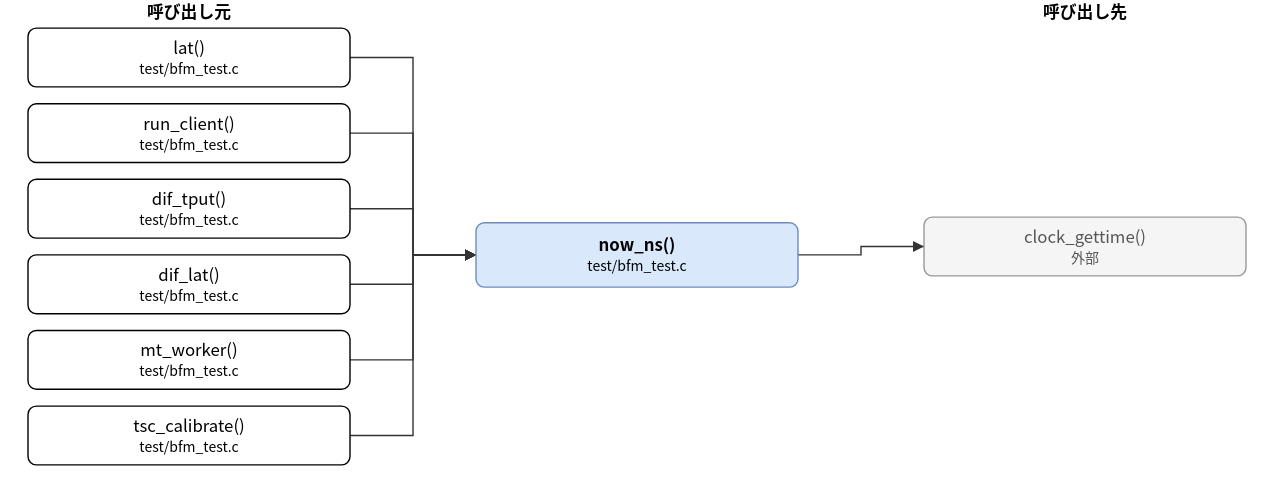
Above: doc/spec/images/call_test_bfm_test-now_ns.drawio.svg in hf355051012-ai/bfmem (draw.io), before the change. Source tidied: cells renumbered, new cells last; positions are measured from the earlier drawing's top-left corner, leaving out a move shared by most shapes.
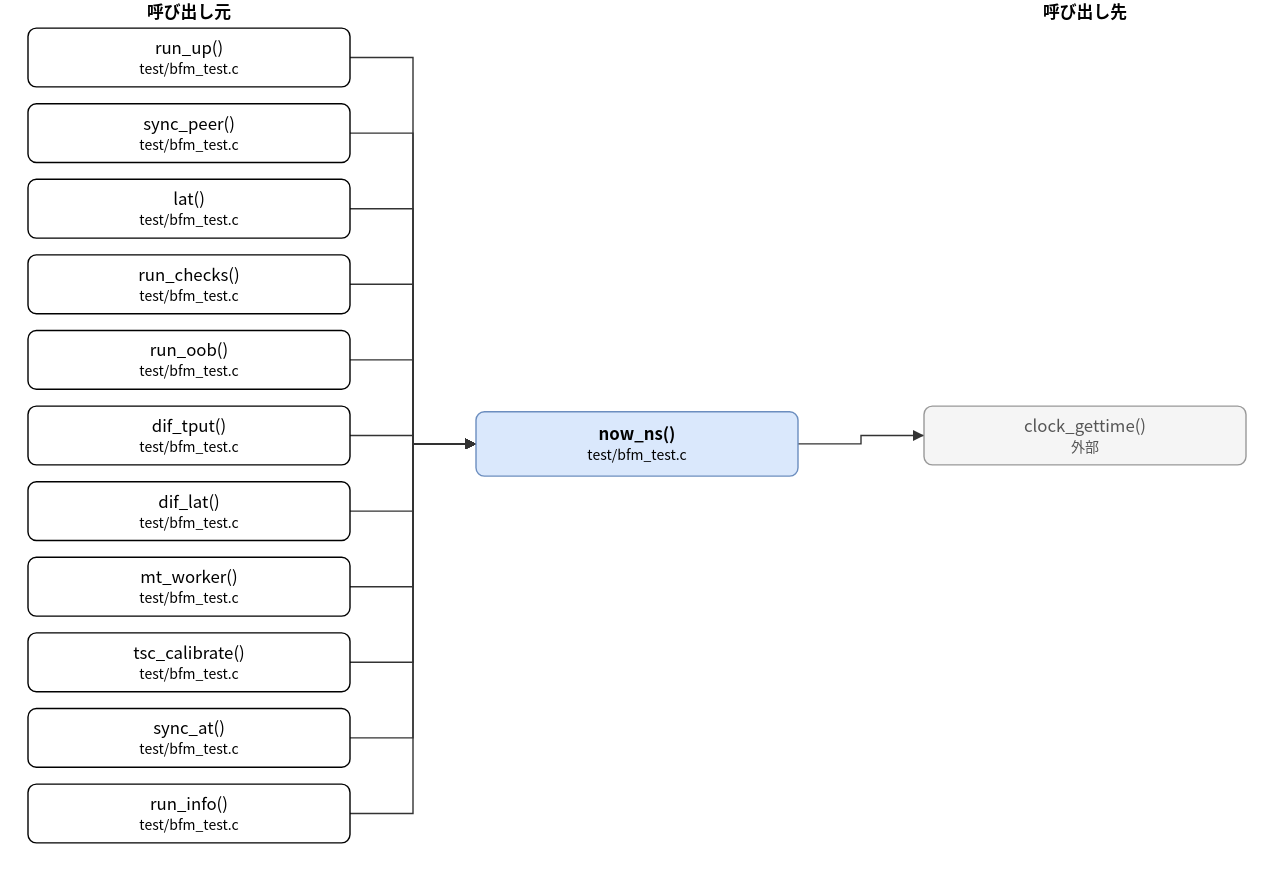
The same file after the commit.

Diff of the diagram source:
```diff
@@ -3,34 +3,49 @@
     <mxCell id="0" />
     <mxCell id="1" parent="0" />
     <mxCell id="2" value="now_ns()&lt;br&gt;&lt;font style=&quot;font-size:10px&quot;&gt;test/bfm_test.c&lt;/font&gt;" style="rounded=1;whiteSpace=wrap;html=1;fillColor=#dae8fc;strokeColor=#6c8ebf;fontStyle=1;" parent="1" vertex="1">
-      <mxGeometry x="320" y="159" width="230" height="46" as="geometry" />
+      <mxGeometry x="320" y="294" width="230" height="46" as="geometry" />
     </mxCell>
-    <mxCell id="3" value="lat()&lt;br&gt;&lt;font style=&quot;font-size:10px&quot;&gt;test/bfm_test.c&lt;/font&gt;" style="rounded=1;whiteSpace=wrap;html=1;" parent="1" vertex="1">
+    <mxCell id="3" value="run_up()&lt;br&gt;&lt;font style=&quot;font-size:10px&quot;&gt;test/bfm_test.c&lt;/font&gt;" style="rounded=1;whiteSpace=wrap;html=1;" parent="1" vertex="1">
       <mxGeometry y="20" width="230" height="42" as="geometry" />
     </mxCell>
-    <mxCell id="4" value="run_client()&lt;br&gt;&lt;font style=&quot;font-size:10px&quot;&gt;test/bfm_test.c&lt;/font&gt;" style="rounded=1;whiteSpace=wrap;html=1;" parent="1" vertex="1">
+    <mxCell id="4" value="sync_peer()&lt;br&gt;&lt;font style=&quot;font-size:10px&quot;&gt;test/bfm_test.c&lt;/font&gt;" style="rounded=1;whiteSpace=wrap;html=1;" parent="1" vertex="1">
       <mxGeometry y="74" width="230" height="42" as="geometry" />
     </mxCell>
-    <mxCell id="5" value="dif_tput()&lt;br&gt;&lt;font style=&quot;font-size:10px&quot;&gt;test/bfm_test.c&lt;/font&gt;" style="rounded=1;whiteSpace=wrap;html=1;" parent="1" vertex="1">
+    <mxCell id="5" value="lat()&lt;br&gt;&lt;font style=&quot;font-size:10px&quot;&gt;test/bfm_test.c&lt;/font&gt;" style="rounded=1;whiteSpace=wrap;html=1;" parent="1" vertex="1">
       <mxGeometry y="128" width="230" height="42" as="geometry" />
     </mxCell>
-    <mxCell id="6" value="dif_lat()&lt;br&gt;&lt;font style=&quot;font-size:10px&quot;&gt;test/bfm_test.c&lt;/font&gt;" style="rounded=1;whiteSpace=wrap;html=1;" parent="1" vertex="1">
+    <mxCell id="6" value="run_checks()&lt;br&gt;&lt;font style=&quot;font-size:10px&quot;&gt;test/bfm_test.c&lt;/font&gt;" style="rounded=1;whiteSpace=wrap;html=1;" parent="1" vertex="1">
       <mxGeometry y="182" width="230" height="42" as="geometry" />
     </mxCell>
-    <mxCell id="7" value="mt_worker()&lt;br&gt;&lt;font style=&quot;font-size:10px&quot;&gt;test/bfm_test.c&lt;/font&gt;" style="rounded=1;whiteSpace=wrap;html=1;" parent="1" vertex="1">
+    <mxCell id="7" value="run_oob()&lt;br&gt;&lt;font style=&quot;font-size:10px&quot;&gt;test/bfm_test.c&lt;/font&gt;" style="rounded=1;whiteSpace=wrap;html=1;" parent="1" vertex="1">
       <mxGeometry y="236" width="230" height="42" as="geometry" />
     </mxCell>
-    <mxCell id="8" value="tsc_calibrate()&lt;br&gt;&lt;font style=&quot;font-size:10px&quot;&gt;test/bfm_test.c&lt;/font&gt;" style="rounded=1;whiteSpace=wrap;html=1;" parent="1" vertex="1">
+    <mxCell id="8" value="dif_tput()&lt;br&gt;&lt;font style=&quot;font-size:10px&quot;&gt;test/bfm_test.c&lt;/font&gt;" style="rounded=1;whiteSpace=wrap;html=1;" parent="1" vertex="1">
       <mxGeometry y="290" width="230" height="42" as="geometry" />
     </mxCell>
+    <mxCell id="19" value="dif_lat()&lt;br&gt;&lt;font style=&quot;font-size:10px&quot;&gt;test/bfm_test.c&lt;/font&gt;" style="rounded=1;whiteSpace=wrap;html=1;" parent="1" vertex="1">
+      <mxGeometry y="344" width="230" height="42" as="geometry" />
+    </mxCell>
+    <mxCell id="20" value="mt_worker()&lt;br&gt;&lt;font style=&quot;font-size:10px&quot;&gt;test/bfm_test.c&lt;/font&gt;" style="rounded=1;whiteSpace=wrap;html=1;" parent="1" vertex="1">
+      <mxGeometry y="398" width="230" height="42" as="geometry" />
+    </mxCell>
+    <mxCell id="21" value="tsc_calibrate()&lt;br&gt;&lt;font style=&quot;font-size:10px&quot;&gt;test/bfm_test.c&lt;/font&gt;" style="rounded=1;whiteSpace=wrap;html=1;" parent="1" vertex="1">
+      <mxGeometry y="452" width="230" height="42" as="geometry" />
+    </mxCell>
+    <mxCell id="22" value="sync_at()&lt;br&gt;&lt;font style=&quot;font-size:10px&quot;&gt;test/bfm_test.c&lt;/font&gt;" style="rounded=1;whiteSpace=wrap;html=1;" parent="1" vertex="1">
+      <mxGeometry y="506" width="230" height="42" as="geometry" />
+    </mxCell>
+    <mxCell id="23" value="run_info()&lt;br&gt;&lt;font style=&quot;font-size:10px&quot;&gt;test/bfm_test.c&lt;/font&gt;" style="rounded=1;whiteSpace=wrap;html=1;" parent="1" vertex="1">
+      <mxGeometry y="560" width="230" height="42" as="geometry" />
+    </mxCell>
     <mxCell id="9" value="clock_gettime()&lt;br&gt;&lt;font style=&quot;font-size:10px&quot;&gt;外部&lt;/font&gt;" style="rounded=1;whiteSpace=wrap;html=1;fillColor=#f5f5f5;strokeColor=#999999;fontColor=#555555;" parent="1" vertex="1">
-      <mxGeometry x="640" y="155" width="230" height="42" as="geometry" />
+      <mxGeometry x="640" y="290" width="230" height="42" as="geometry" />
     </mxCell>
     <mxCell id="10" style="edgeStyle=none;html=1;rounded=0;endArrow=block;endFill=1;exitX=1.0000;exitY=0.5000;exitDx=0;exitDy=0;exitPerimeter=0;entryX=0.0000;entryY=0.5000;entryDx=0;entryDy=0;entryPerimeter=0;" parent="1" edge="1" source="3" target="2">
       <mxGeometry relative="1" as="geometry">
         <Array as="points">
           <mxPoint x="275" y="41" />
-          <mxPoint x="275" y="182" />
+          <mxPoint x="275" y="317" />
         </Array>
       </mxGeometry>
     </mxCell>
@@ -38,7 +53,7 @@
       <mxGeometry relative="1" as="geometry">
         <Array as="points">
           <mxPoint x="275" y="95" />
-          <mxPoint x="275" y="182" />
+          <mxPoint x="275" y="317" />
         </Array>
       </mxGeometry>
     </mxCell>
@@ -46,7 +61,7 @@
       <mxGeometry relative="1" as="geometry">
         <Array as="points">
           <mxPoint x="275" y="149" />
-          <mxPoint x="275" y="182" />
+          <mxPoint x="275" y="317" />
         </Array>
       </mxGeometry>
     </mxCell>
@@ -54,7 +69,7 @@
       <mxGeometry relative="1" as="geometry">
         <Array as="points">
           <mxPoint x="275" y="203" />
-          <mxPoint x="275" y="182" />
+          <mxPoint x="275" y="317" />
         </Array>
       </mxGeometry>
     </mxCell>
@@ -62,7 +77,7 @@
       <mxGeometry relative="1" as="geometry">
         <Array as="points">
           <mxPoint x="275" y="257" />
-          <mxPoint x="275" y="182" />
+          <mxPoint x="275" y="317" />
         </Array>
       </mxGeometry>
     </mxCell>
@@ -70,18 +85,58 @@
       <mxGeometry relative="1" as="geometry">
         <Array as="points">
           <mxPoint x="275" y="311" />
-          <mxPoint x="275" y="182" />
+          <mxPoint x="275" y="317" />
         </Array>
       </mxGeometry>
     </mxCell>
-    <mxCell id="16" style="edgeStyle=none;html=1;rounded=0;endArrow=block;endFill=1;exitX=1.0000;exitY=0.5000;exitDx=0;exitDy=0;exitPerimeter=0;entryX=0.0000;entryY=0.5000;entryDx=0;entryDy=0;entryPerimeter=0;" parent="1" edge="1" source="2" target="9">
+    <mxCell id="16" style="edgeStyle=none;html=1;rounded=0;endArrow=block;endFill=1;exitX=1.0000;exitY=0.5000;exitDx=0;exitDy=0;exitPerimeter=0;entryX=0.0000;entryY=0.5000;entryDx=0;entryDy=0;entryPerimeter=0;" parent="1" edge="1" source="19" target="2">
       <mxGeometry relative="1" as="geometry">
         <Array as="points">
-          <mxPoint x="595" y="182" />
-          <mxPoint x="595" y="176" />
+          <mxPoint x="275" y="365" />
+          <mxPoint x="275" y="317" />
         </Array>
       </mxGeometry>
     </mxCell>
+    <mxCell id="24" style="edgeStyle=none;html=1;rounded=0;endArrow=block;endFill=1;exitX=1.0000;exitY=0.5000;exitDx=0;exitDy=0;exitPerimeter=0;entryX=0.0000;entryY=0.5000;entryDx=0;entryDy=0;entryPerimeter=0;" parent="1" edge="1" source="20" target="2">
+      <mxGeometry relative="1" as="geometry">
+        <Array as="points">
+          <mxPoint x="275" y="419" />
+          <mxPoint x="275" y="317" />
+        </Array>
+      </mxGeometry>
+    </mxCell>
+    <mxCell id="25" style="edgeStyle=none;html=1;rounded=0;endArrow=block;endFill=1;exitX=1.0000;exitY=0.5000;exitDx=0;exitDy=0;exitPerimeter=0;entryX=0.0000;entryY=0.5000;entryDx=0;entryDy=0;entryPerimeter=0;" parent="1" edge="1" source="21" target="2">
+      <mxGeometry relative="1" as="geometry">
+        <Array as="points">
+          <mxPoint x="275" y="473" />
+          <mxPoint x="275" y="317" />
+        </Array>
+      </mxGeometry>
+    </mxCell>
+    <mxCell id="26" style="edgeStyle=none;html=1;rounded=0;endArrow=block;endFill=1;exitX=1.0000;exitY=0.5000;exitDx=0;exitDy=0;exitPerimeter=0;entryX=0.0000;entryY=0.5000;entryDx=0;entryDy=0;entryPerimeter=0;" parent="1" edge="1" source="22" target="2">
+      <mxGeometry relative="1" as="geometry">
+        <Array as="points">
+          <mxPoint x="275" y="527" />
+          <mxPoint x="275" y="317" />
+        </Array>
+      </mxGeometry>
+    </mxCell>
+    <mxCell id="27" style="edgeStyle=none;html=1;rounded=0;endArrow=block;endFill=1;exitX=1.0000;exitY=0.5000;exitDx=0;exitDy=0;exitPerimeter=0;entryX=0.0000;entryY=0.5000;entryDx=0;entryDy=0;entryPerimeter=0;" parent="1" edge="1" source="23" target="2">
+      <mxGeometry relative="1" as="geometry">
+        <Array as="points">
+          <mxPoint x="275" y="581" />
+          <mxPoint x="275" y="317" />
+        </Array>
+      </mxGeometry>
+    </mxCell>
+    <mxCell id="28" style="edgeStyle=none;html=1;rounded=0;endArrow=block;endFill=1;exitX=1.0000;exitY=0.5000;exitDx=0;exitDy=0;exitPerimeter=0;entryX=0.0000;entryY=0.5000;entryDx=0;entryDy=0;entryPerimeter=0;" parent="1" edge="1" source="2" target="9">
+      <mxGeometry relative="1" as="geometry">
+        <Array as="points">
+          <mxPoint x="595" y="317" />
+          <mxPoint x="595" y="311" />
+        </Array>
+      </mxGeometry>
+    </mxCell>
     <mxCell id="17" value="呼び出し元" style="text;html=1;align=center;fontStyle=1;" parent="1" vertex="1">
       <mxGeometry x="35" width="160" height="18" as="geometry" />
     </mxCell>
```
